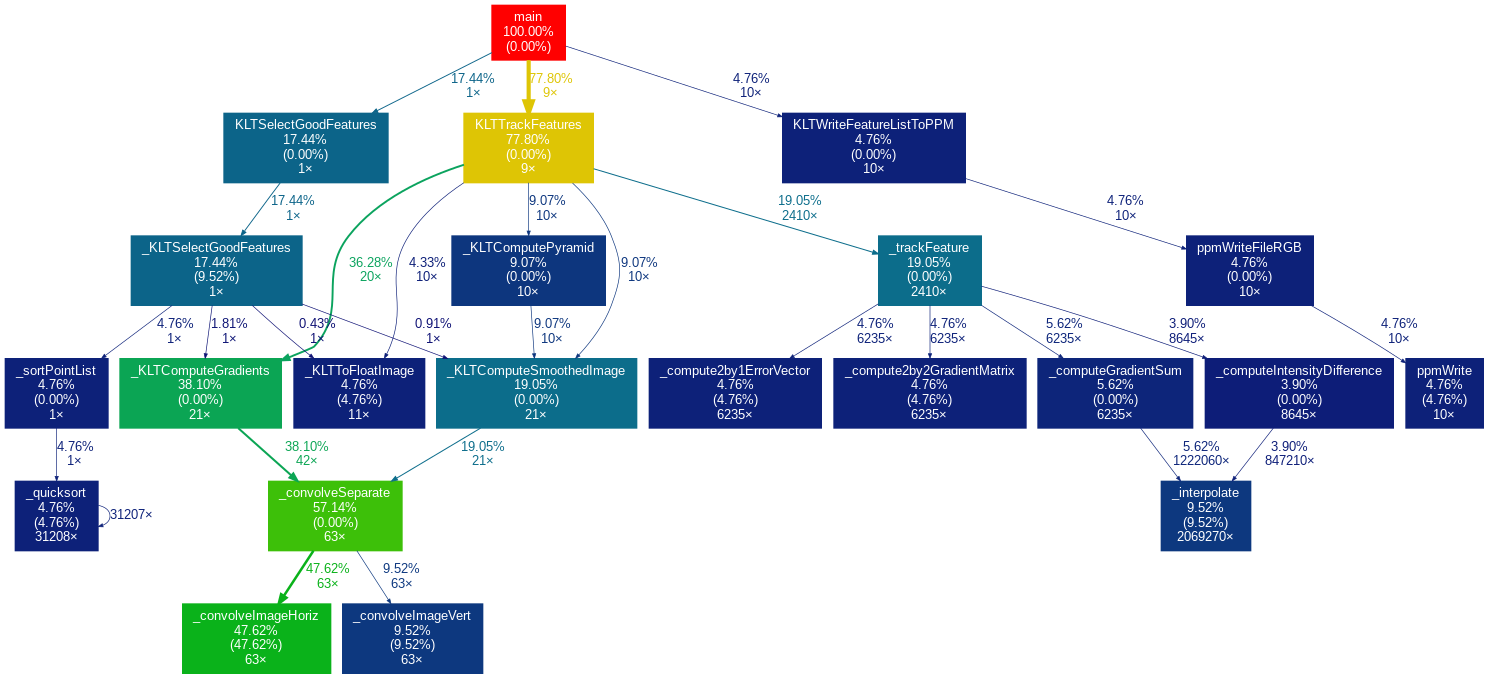
FatimaRana50/CS4110-klt-gpu keeps this Graphviz diagram as src/V1/klt/profiling/example3_callgraph.png. Above is the earlier version. Its source is kept beside it as src/V1/klt/profiling/example3_callgraph.dot.
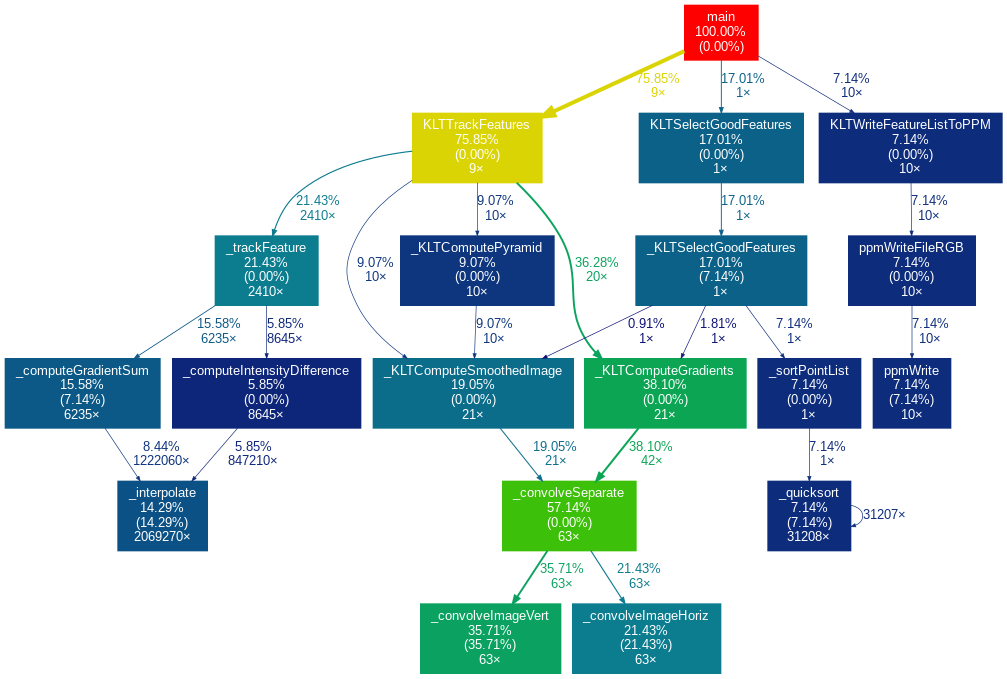
After the change.

Change to the diagram source:
```diff
@@ -4,53 +4,46 @@
 	node [fontcolor=white, fontname=Arial, height=0, shape=box, style=filled, width=0];
 	edge [fontname=Arial];
 	1 [color="#ff0000", fontcolor="#ffffff", fontsize="10.00", label="main\n100.00%\n(0.00%)"];
-	1 -> 2 [arrowsize="0.88", color="#dec505", fontcolor="#dec505", fontsize="10.00", label="77.80%\n9×", labeldistance="3.11", penwidth="3.11"];
-	1 -> 8 [arrowsize="0.42", color="#0c6489", fontcolor="#0c6489", fontsize="10.00", label="17.44%\n1×", labeldistance="0.70", penwidth="0.70"];
-	1 -> 14 [arrowsize="0.35", color="#0d2179", fontcolor="#0d2179", fontsize="10.00", label="4.76%\n10×", labeldistance="0.50", penwidth="0.50"];
-	2 [color="#dec505", fontcolor="#ffffff", fontsize="10.00", label="KLTTrackFeatures\n77.80%\n(0.00%)\n9×"];
-	2 -> 5 [arrowsize="0.60", color="#0ba35e", fontcolor="#0ba35e", fontsize="10.00", label="36.28%\n20×", labeldistance="1.45", penwidth="1.45"];
-	2 -> 6 [arrowsize="0.44", color="#0c6d8b", fontcolor="#0c6d8b", fontsize="10.00", label="19.05%\n2410×", labeldistance="0.76", penwidth="0.76"];
-	2 -> 7 [arrowsize="0.35", color="#0d367e", fontcolor="#0d367e", fontsize="10.00", label="9.07%\n10×", labeldistance="0.50", penwidth="0.50"];
-	2 -> 12 [arrowsize="0.35", color="#0d367e", fontcolor="#0d367e", fontsize="10.00", label="9.07%\n10×", labeldistance="0.50", penwidth="0.50"];
-	2 -> 19 [arrowsize="0.35", color="#0d1f78", fontcolor="#0d1f78", fontsize="10.00", label="4.33%\n10×", labeldistance="0.50", penwidth="0.50"];
+	1 -> 2 [arrowsize="0.87", color="#dbd405", fontcolor="#dbd405", fontsize="10.00", label="75.85%\n9×", labeldistance="3.03", penwidth="3.03"];
+	1 -> 9 [arrowsize="0.41", color="#0c6189", fontcolor="#0c6189", fontsize="10.00", label="17.01%\n1×", labeldistance="0.68", penwidth="0.68"];
+	1 -> 14 [arrowsize="0.35", color="#0d2c7c", fontcolor="#0d2c7c", fontsize="10.00", label="7.14%\n10×", labeldistance="0.50", penwidth="0.50"];
+	2 [color="#dbd405", fontcolor="#ffffff", fontsize="10.00", label="KLTTrackFeatures\n75.85%\n(0.00%)\n9×"];
+	2 -> 4 [arrowsize="0.60", color="#0ba35e", fontcolor="#0ba35e", fontsize="10.00", label="36.28%\n20×", labeldistance="1.45", penwidth="1.45"];
+	2 -> 6 [arrowsize="0.46", color="#0c7c8f", fontcolor="#0c7c8f", fontsize="10.00", label="21.43%\n2410×", labeldistance="0.86", penwidth="0.86"];
+	2 -> 8 [arrowsize="0.35", color="#0d367e", fontcolor="#0d367e", fontsize="10.00", label="9.07%\n10×", labeldistance="0.50", penwidth="0.50"];
+	2 -> 13 [arrowsize="0.35", color="#0d367e", fontcolor="#0d367e", fontsize="10.00", label="9.07%\n10×", labeldistance="0.50", penwidth="0.50"];
 	3 [color="#3dc009", fontcolor="#ffffff", fontsize="10.00", label="_convolveSeparate\n57.14%\n(0.00%)\n63×"];
-	3 -> 4 [arrowsize="0.69", color="#0ab21a", fontcolor="#0ab21a", fontsize="10.00", label="47.62%\n63×", labeldistance="1.90", penwidth="1.90"];
-	3 -> 11 [arrowsize="0.35", color="#0d387f", fontcolor="#0d387f", fontsize="10.00", label="9.52%\n63×", labeldistance="0.50", penwidth="0.50"];
-	4 [color="#0ab21a", fontcolor="#ffffff", fontsize="10.00", label="_convolveImageHoriz\n47.62%\n(47.62%)\n63×"];
-	5 [color="#0ba554", fontcolor="#ffffff", fontsize="10.00", label="_KLTComputeGradients\n38.10%\n(0.00%)\n21×"];
-	5 -> 3 [arrowsize="0.62", color="#0ba554", fontcolor="#0ba554", fontsize="10.00", label="38.10%\n42×", labeldistance="1.52", penwidth="1.52"];
-	6 [color="#0c6d8b", fontcolor="#ffffff", fontsize="10.00", label="_trackFeature\n19.05%\n(0.00%)\n2410×"];
-	6 -> 13 [arrowsize="0.35", color="#0d257a", fontcolor="#0d257a", fontsize="10.00", label="5.62%\n6235×", labeldistance="0.50", penwidth="0.50"];
-	6 -> 17 [arrowsize="0.35", color="#0d2179", fontcolor="#0d2179", fontsize="10.00", label="4.76%\n6235×", labeldistance="0.50", penwidth="0.50"];
-	6 -> 18 [arrowsize="0.35", color="#0d2179", fontcolor="#0d2179", fontsize="10.00", label="4.76%\n6235×", labeldistance="0.50", penwidth="0.50"];
-	6 -> 22 [arrowsize="0.35", color="#0d1d78", fontcolor="#0d1d78", fontsize="10.00", label="3.90%\n8645×", labeldistance="0.50", penwidth="0.50"];
-	7 [color="#0c6d8b", fontcolor="#ffffff", fontsize="10.00", label="_KLTComputeSmoothedImage\n19.05%\n(0.00%)\n21×"];
-	7 -> 3 [arrowsize="0.44", color="#0c6d8b", fontcolor="#0c6d8b", fontsize="10.00", label="19.05%\n21×", labeldistance="0.76", penwidth="0.76"];
-	8 [color="#0c6489", fontcolor="#ffffff", fontsize="10.00", label="KLTSelectGoodFeatures\n17.44%\n(0.00%)\n1×"];
-	8 -> 9 [arrowsize="0.42", color="#0c6489", fontcolor="#0c6489", fontsize="10.00", label="17.44%\n1×", labeldistance="0.70", penwidth="0.70"];
-	9 [color="#0c6489", fontcolor="#ffffff", fontsize="10.00", label="_KLTSelectGoodFeatures\n17.44%\n(9.52%)\n1×"];
-	9 -> 5 [arrowsize="0.35", color="#0d1475", fontcolor="#0d1475", fontsize="10.00", label="1.81%\n1×", labeldistance="0.50", penwidth="0.50"];
-	9 -> 7 [arrowsize="0.35", color="#0d1074", fontcolor="#0d1074", fontsize="10.00", label="0.91%\n1×", labeldistance="0.50", penwidth="0.50"];
-	9 -> 19 [arrowsize="0.35", color="#0d0f73", fontcolor="#0d0f73", fontsize="10.00", label="0.43%\n1×", labeldistance="0.50", penwidth="0.50"];
-	9 -> 21 [arrowsize="0.35", color="#0d2179", fontcolor="#0d2179", fontsize="10.00", label="4.76%\n1×", labeldistance="0.50", penwidth="0.50"];
-	10 [color="#0d387f", fontcolor="#ffffff", fontsize="10.00", label="_interpolate\n9.52%\n(9.52%)\n2069270×"];
-	11 [color="#0d387f", fontcolor="#ffffff", fontsize="10.00", label="_convolveImageVert\n9.52%\n(9.52%)\n63×"];
-	12 [color="#0d367e", fontcolor="#ffffff", fontsize="10.00", label="_KLTComputePyramid\n9.07%\n(0.00%)\n10×"];
-	12 -> 7 [arrowsize="0.35", color="#0d367e", fontcolor="#0d367e", fontsize="10.00", label="9.07%\n10×", labeldistance="0.50", penwidth="0.50"];
-	13 [color="#0d257a", fontcolor="#ffffff", fontsize="10.00", label="_computeGradientSum\n5.62%\n(0.00%)\n6235×"];
-	13 -> 10 [arrowsize="0.35", color="#0d257a", fontcolor="#0d257a", fontsize="10.00", label="5.62%\n1222060×", labeldistance="0.50", penwidth="0.50"];
-	14 [color="#0d2179", fontcolor="#ffffff", fontsize="10.00", label="KLTWriteFeatureListToPPM\n4.76%\n(0.00%)\n10×"];
-	14 -> 16 [arrowsize="0.35", color="#0d2179", fontcolor="#0d2179", fontsize="10.00", label="4.76%\n10×", labeldistance="0.50", penwidth="0.50"];
-	15 [color="#0d2179", fontcolor="#ffffff", fontsize="10.00", label="ppmWrite\n4.76%\n(4.76%)\n10×"];
-	16 [color="#0d2179", fontcolor="#ffffff", fontsize="10.00", label="ppmWriteFileRGB\n4.76%\n(0.00%)\n10×"];
-	16 -> 15 [arrowsize="0.35", color="#0d2179", fontcolor="#0d2179", fontsize="10.00", label="4.76%\n10×", labeldistance="0.50", penwidth="0.50"];
-	17 [color="#0d2179", fontcolor="#ffffff", fontsize="10.00", label="_compute2by1ErrorVector\n4.76%\n(4.76%)\n6235×"];
-	18 [color="#0d2179", fontcolor="#ffffff", fontsize="10.00", label="_compute2by2GradientMatrix\n4.76%\n(4.76%)\n6235×"];
-	19 [color="#0d2179", fontcolor="#ffffff", fontsize="10.00", label="_KLTToFloatImage\n4.76%\n(4.76%)\n11×"];
-	20 [color="#0d2179", fontcolor="#ffffff", fontsize="10.00", label="_quicksort\n4.76%\n(4.76%)\n31208×"];
-	20 -> 20 [arrowsize="0.35", color="#0d2179", fontcolor="#0d2179", fontsize="10.00", label="31207×", labeldistance="0.50", penwidth="0.50"];
-	21 [color="#0d2179", fontcolor="#ffffff", fontsize="10.00", label="_sortPointList\n4.76%\n(0.00%)\n1×"];
-	21 -> 20 [arrowsize="0.35", color="#0d2179", fontcolor="#0d2179", fontsize="10.00", label="4.76%\n1×", labeldistance="0.50", penwidth="0.50"];
-	22 [color="#0d1d78", fontcolor="#ffffff", fontsize="10.00", label="_computeIntensityDifference\n3.90%\n(0.00%)\n8645×"];
-	22 -> 10 [arrowsize="0.35", color="#0d1d78", fontcolor="#0d1d78", fontsize="10.00", label="3.90%\n847210×", labeldistance="0.50", penwidth="0.50"];
+	3 -> 5 [arrowsize="0.60", color="#0ba261", fontcolor="#0ba261", fontsize="10.00", label="35.71%\n63×", labeldistance="1.43", penwidth="1.43"];
+	3 -> 7 [arrowsize="0.46", color="#0c7c8f", fontcolor="#0c7c8f", fontsize="10.00", label="21.43%\n63×", labeldistance="0.86", penwidth="0.86"];
+	4 [color="#0ba554", fontcolor="#ffffff", fontsize="10.00", label="_KLTComputeGradients\n38.10%\n(0.00%)\n21×"];
+	4 -> 3 [arrowsize="0.62", color="#0ba554", fontcolor="#0ba554", fontsize="10.00", label="38.10%\n42×", labeldistance="1.52", penwidth="1.52"];
+	5 [color="#0ba261", fontcolor="#ffffff", fontsize="10.00", label="_convolveImageVert\n35.71%\n(35.71%)\n63×"];
+	6 [color="#0c7c8f", fontcolor="#ffffff", fontsize="10.00", label="_trackFeature\n21.43%\n(0.00%)\n2410×"];
+	6 -> 11 [arrowsize="0.39", color="#0c5987", fontcolor="#0c5987", fontsize="10.00", label="15.58%\n6235×", labeldistance="0.62", penwidth="0.62"];
+	6 -> 19 [arrowsize="0.35", color="#0d267a", fontcolor="#0d267a", fontsize="10.00", label="5.85%\n8645×", labeldistance="0.50", penwidth="0.50"];
+	7 [color="#0c7c8f", fontcolor="#ffffff", fontsize="10.00", label="_convolveImageHoriz\n21.43%\n(21.43%)\n63×"];
+	8 [color="#0c6d8b", fontcolor="#ffffff", fontsize="10.00", label="_KLTComputeSmoothedImage\n19.05%\n(0.00%)\n21×"];
+	8 -> 3 [arrowsize="0.44", color="#0c6d8b", fontcolor="#0c6d8b", fontsize="10.00", label="19.05%\n21×", labeldistance="0.76", penwidth="0.76"];
+	9 [color="#0c6189", fontcolor="#ffffff", fontsize="10.00", label="KLTSelectGoodFeatures\n17.01%\n(0.00%)\n1×"];
+	9 -> 10 [arrowsize="0.41", color="#0c6189", fontcolor="#0c6189", fontsize="10.00", label="17.01%\n1×", labeldistance="0.68", penwidth="0.68"];
+	10 [color="#0c6189", fontcolor="#ffffff", fontsize="10.00", label="_KLTSelectGoodFeatures\n17.01%\n(7.14%)\n1×"];
+	10 -> 4 [arrowsize="0.35", color="#0d1475", fontcolor="#0d1475", fontsize="10.00", label="1.81%\n1×", labeldistance="0.50", penwidth="0.50"];
+	10 -> 8 [arrowsize="0.35", color="#0d1074", fontcolor="#0d1074", fontsize="10.00", label="0.91%\n1×", labeldistance="0.50", penwidth="0.50"];
+	10 -> 18 [arrowsize="0.35", color="#0d2c7c", fontcolor="#0d2c7c", fontsize="10.00", label="7.14%\n1×", labeldistance="0.50", penwidth="0.50"];
+	11 [color="#0c5987", fontcolor="#ffffff", fontsize="10.00", label="_computeGradientSum\n15.58%\n(7.14%)\n6235×"];
+	11 -> 12 [arrowsize="0.35", color="#0d337e", fontcolor="#0d337e", fontsize="10.00", label="8.44%\n1222060×", labeldistance="0.50", penwidth="0.50"];
+	12 [color="#0c5185", fontcolor="#ffffff", fontsize="10.00", label="_interpolate\n14.29%\n(14.29%)\n2069270×"];
+	13 [color="#0d367e", fontcolor="#ffffff", fontsize="10.00", label="_KLTComputePyramid\n9.07%\n(0.00%)\n10×"];
+	13 -> 8 [arrowsize="0.35", color="#0d367e", fontcolor="#0d367e", fontsize="10.00", label="9.07%\n10×", labeldistance="0.50", penwidth="0.50"];
+	14 [color="#0d2c7c", fontcolor="#ffffff", fontsize="10.00", label="KLTWriteFeatureListToPPM\n7.14%\n(0.00%)\n10×"];
+	14 -> 16 [arrowsize="0.35", color="#0d2c7c", fontcolor="#0d2c7c", fontsize="10.00", label="7.14%\n10×", labeldistance="0.50", penwidth="0.50"];
+	15 [color="#0d2c7c", fontcolor="#ffffff", fontsize="10.00", label="ppmWrite\n7.14%\n(7.14%)\n10×"];
+	16 [color="#0d2c7c", fontcolor="#ffffff", fontsize="10.00", label="ppmWriteFileRGB\n7.14%\n(0.00%)\n10×"];
+	16 -> 15 [arrowsize="0.35", color="#0d2c7c", fontcolor="#0d2c7c", fontsize="10.00", label="7.14%\n10×", labeldistance="0.50", penwidth="0.50"];
+	17 [color="#0d2c7c", fontcolor="#ffffff", fontsize="10.00", label="_quicksort\n7.14%\n(7.14%)\n31208×"];
+	17 -> 17 [arrowsize="0.35", color="#0d2c7c", fontcolor="#0d2c7c", fontsize="10.00", label="31207×", labeldistance="0.50", penwidth="0.50"];
+	18 [color="#0d2c7c", fontcolor="#ffffff", fontsize="10.00", label="_sortPointList\n7.14%\n(0.00%)\n1×"];
+	18 -> 17 [arrowsize="0.35", color="#0d2c7c", fontcolor="#0d2c7c", fontsize="10.00", label="7.14%\n1×", labeldistance="0.50", penwidth="0.50"];
+	19 [color="#0d267a", fontcolor="#ffffff", fontsize="10.00", label="_computeIntensityDifference\n5.85%\n(0.00%)\n8645×"];
+	19 -> 12 [arrowsize="0.35", color="#0d267a", fontcolor="#0d267a", fontsize="10.00", label="5.85%\n847210×", labeldistance="0.50", penwidth="0.50"];
 }
```
